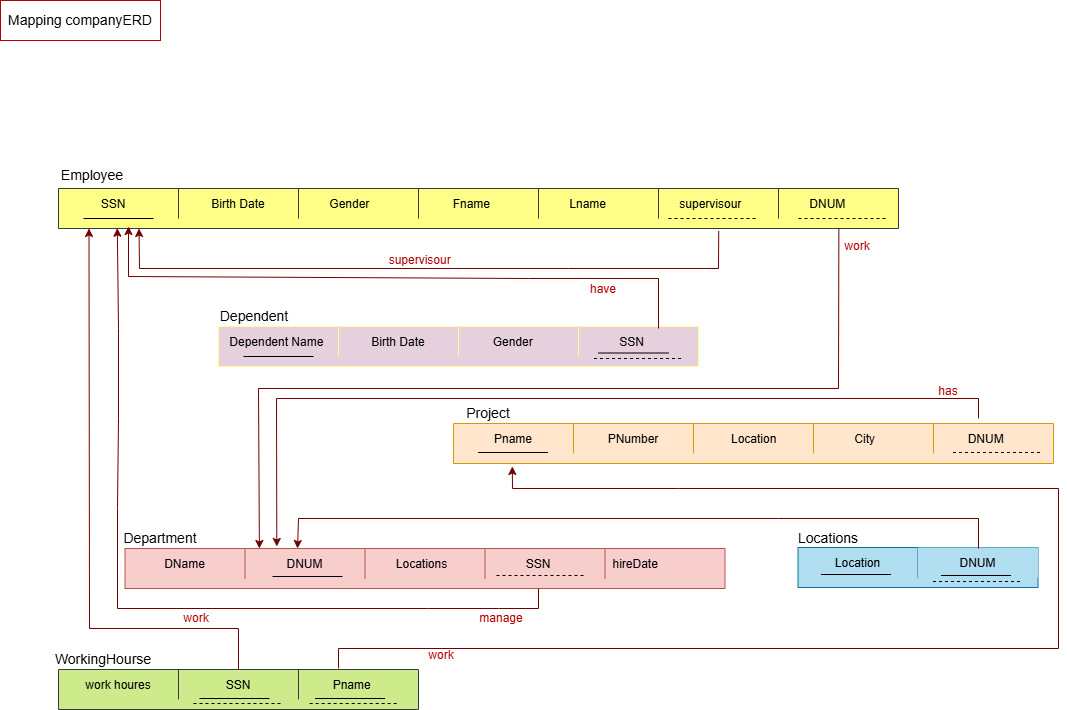
The draw.io diagram MappingcompanyERD.png in RimaAhmed1/oracleDatabase, before a commit. Source tidied: cells renumbered, new cells last; positions are measured from the earlier drawing's top-left corner, leaving out a move shared by most shapes.
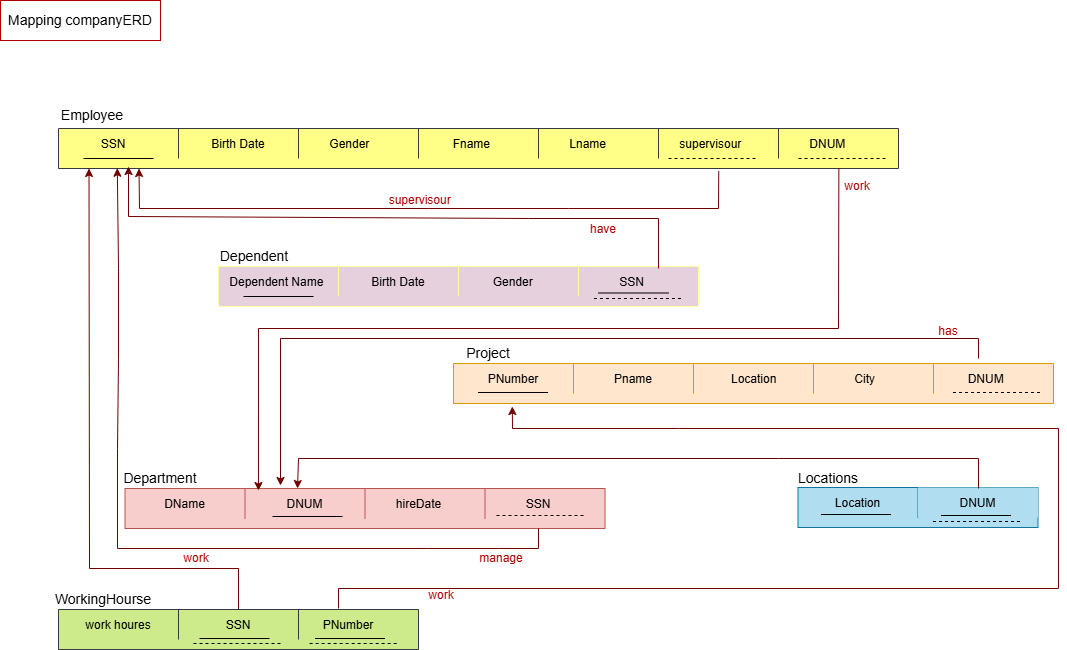
Later version of the same file.

Commit message:
mapping the company ERD

Change to the diagram source:
```diff
@@ -59,10 +59,10 @@
     <mxCell id="20" style="shape=tableRow;horizontal=0;startSize=0;swimlaneHead=0;swimlaneBody=0;fillColor=none;points=[[0,0.5],[1,0.5]];portConstraint=eastwest;top=0;left=0;right=0;bottom=0;" parent="19" vertex="1">
       <mxGeometry width="600" height="30" as="geometry" />
     </mxCell>
-    <mxCell id="21" value="Pname" style="shape=partialRectangle;fillColor=none;top=0;left=0;bottom=0;right=0;overflow=hidden;" parent="20" vertex="1">
+    <mxCell id="21" value="PNumber" style="shape=partialRectangle;fillColor=none;top=0;left=0;bottom=0;right=0;overflow=hidden;" parent="20" vertex="1">
       <mxGeometry width="120" height="30" as="geometry" />
     </mxCell>
-    <mxCell id="22" value="PNumber" style="shape=partialRectangle;fillColor=none;top=0;left=0;bottom=0;right=0;overflow=hidden;" parent="20" vertex="1">
+    <mxCell id="22" value="Pname" style="shape=partialRectangle;fillColor=none;top=0;left=0;bottom=0;right=0;overflow=hidden;" parent="20" vertex="1">
       <mxGeometry x="120" width="120" height="30" as="geometry" />
     </mxCell>
     <mxCell id="23" value="         Location" style="shape=partialRectangle;fillColor=none;top=0;left=0;bottom=0;right=0;align=left;spacingLeft=6;overflow=hidden;shadow=0;strokeColor=#33FF33;" parent="20" vertex="1">
@@ -78,10 +78,10 @@
       <mxGeometry x="438" y="398" width="100" height="30" as="geometry" />
     </mxCell>
     <mxCell id="27" style="shape=table;startSize=0;rowLines=0;fontStyle=0;align=center;strokeColor=#b85450;fillColor=#f8cecc;whiteSpace=wrap;html=1;shadow=0;" parent="1" vertex="1">
-      <mxGeometry x="124.5" y="548" width="600" height="40" as="geometry" />
+      <mxGeometry x="124.5" y="548" width="480" height="40" as="geometry" />
     </mxCell>
     <mxCell id="28" style="shape=tableRow;horizontal=0;startSize=0;swimlaneHead=0;swimlaneBody=0;fillColor=none;points=[[0,0.5],[1,0.5]];portConstraint=eastwest;top=0;left=0;right=0;bottom=0;" parent="27" vertex="1">
-      <mxGeometry width="600" height="30" as="geometry" />
+      <mxGeometry width="480" height="30" as="geometry" />
     </mxCell>
     <mxCell id="29" value="DName" style="shape=partialRectangle;fillColor=none;top=0;left=0;bottom=0;right=0;overflow=hidden;" parent="28" vertex="1">
       <mxGeometry width="120" height="30" as="geometry" />
@@ -89,15 +89,12 @@
     <mxCell id="30" value="DNUM" style="shape=partialRectangle;fillColor=none;top=0;left=0;bottom=0;right=0;overflow=hidden;" parent="28" vertex="1">
       <mxGeometry x="120" width="120" height="30" as="geometry" />
     </mxCell>
-    <mxCell id="31" value="       Locations" style="shape=partialRectangle;fillColor=none;top=0;left=0;bottom=0;right=0;align=left;spacingLeft=6;overflow=hidden;shadow=0;strokeColor=#33FF33;" parent="28" vertex="1">
+    <mxCell id="31" value="       hireDate" style="shape=partialRectangle;fillColor=none;top=0;left=0;bottom=0;right=0;align=left;spacingLeft=6;overflow=hidden;shadow=0;strokeColor=#33FF33;" parent="28" vertex="1">
       <mxGeometry x="240" width="120" height="30" as="geometry" />
     </mxCell>
     <mxCell id="32" value="          SSN" style="shape=partialRectangle;fillColor=none;top=0;left=0;bottom=0;right=0;align=left;spacingLeft=6;overflow=hidden;" parent="28" vertex="1">
       <mxGeometry x="360" width="120" height="30" as="geometry" />
     </mxCell>
-    <mxCell id="33" value="hireDate" style="shape=partialRectangle;fillColor=none;top=0;left=0;bottom=0;right=0;align=left;spacingLeft=6;overflow=hidden;" parent="28" vertex="1">
-      <mxGeometry x="480" width="120" height="30" as="geometry" />
-    </mxCell>
     <mxCell id="34" value="&lt;font style=&quot;font-size: 14px;&quot;&gt;Department&lt;/font&gt;" style="text;html=1;whiteSpace=wrap;strokeColor=none;fillColor=none;align=center;verticalAlign=middle;rounded=0;" parent="1" vertex="1">
       <mxGeometry x="109.5" y="523" width="100" height="30" as="geometry" />
     </mxCell>
@@ -113,7 +110,7 @@
     <mxCell id="38" value="SSN" style="shape=partialRectangle;fillColor=none;top=0;left=0;bottom=0;right=0;overflow=hidden;" parent="36" vertex="1">
       <mxGeometry x="120" width="120" height="30" as="geometry" />
     </mxCell>
-    <mxCell id="39" value="        Pname" style="shape=partialRectangle;fillColor=none;top=0;left=0;bottom=0;right=0;align=left;spacingLeft=6;overflow=hidden;shadow=0;strokeColor=#33FF33;" parent="36" vertex="1">
+    <mxCell id="39" value="     PNumber" style="shape=partialRectangle;fillColor=none;top=0;left=0;bottom=0;right=0;align=left;spacingLeft=6;overflow=hidden;shadow=0;strokeColor=#33FF33;" parent="36" vertex="1">
       <mxGeometry x="240" width="120" height="30" as="geometry" />
     </mxCell>
     <mxCell id="40" value="&lt;font style=&quot;font-size: 14px;&quot;&gt;WorkingHourse&lt;/font&gt;" style="text;html=1;whiteSpace=wrap;strokeColor=none;fillColor=none;align=center;verticalAlign=middle;rounded=0;" parent="1" vertex="1">
@@ -322,15 +319,16 @@
     <mxCell id="74" value="&lt;font style=&quot;color: rgb(176, 0, 0);&quot;&gt;work&lt;/font&gt;" style="text;html=1;whiteSpace=wrap;strokeColor=none;fillColor=none;align=center;verticalAlign=middle;rounded=0;" parent="1" vertex="1">
       <mxGeometry x="411" y="640" width="60" height="30" as="geometry" />
     </mxCell>
-    <mxCell id="75" style="endArrow=classic;html=1;rounded=0;entryX=0.253;entryY=-0.067;entryDx=0;entryDy=0;entryPerimeter=0;exitX=0.875;exitY=-0.167;exitDx=0;exitDy=0;exitPerimeter=0;fillColor=#a20025;strokeColor=#6F0000;" parent="1" edge="1" source="20" target="28">
+    <mxCell id="75" style="endArrow=classic;html=1;rounded=0;exitX=0.875;exitY=-0.167;exitDx=0;exitDy=0;exitPerimeter=0;fillColor=#a20025;strokeColor=#6F0000;" parent="1" edge="1" source="20">
       <mxGeometry relative="1" as="geometry">
+        <mxPoint x="280" y="545" as="targetPoint" />
         <Array as="points">
           <mxPoint x="978" y="398" />
-          <mxPoint x="276" y="398" />
+          <mxPoint x="280" y="398" />
         </Array>
       </mxGeometry>
     </mxCell>
-    <mxCell id="76" style="endArrow=classic;html=1;rounded=0;entryX=0.224;entryY=0;entryDx=0;entryDy=0;entryPerimeter=0;exitX=0.929;exitY=1;exitDx=0;exitDy=0;exitPerimeter=0;fillColor=#a20025;strokeColor=#6F0000;" parent="1" edge="1" source="2" target="28">
+    <mxCell id="76" style="endArrow=classic;html=1;rounded=0;exitX=0.929;exitY=1;exitDx=0;exitDy=0;exitPerimeter=0;fillColor=#a20025;strokeColor=#6F0000;entryX=0.278;entryY=0.067;entryDx=0;entryDy=0;entryPerimeter=0;" parent="1" edge="1" source="2" target="28">
       <mxGeometry relative="1" as="geometry">
         <Array as="points">
           <mxPoint x="838" y="388" />
@@ -345,7 +343,7 @@
       <mxGeometry x="918" y="376" width="60" height="30" as="geometry" />
     </mxCell>
     <mxCell id="79" value="&lt;font style=&quot;font-size: 14px;&quot;&gt;Mapping companyERD&lt;/font&gt;" style="text;html=1;whiteSpace=wrap;strokeColor=#B00000;fillColor=none;align=center;verticalAlign=middle;rounded=0;" parent="1" vertex="1">
-      <mxGeometry width="160" height="40" as="geometry" />
+      <mxGeometry y="60" width="160" height="40" as="geometry" />
     </mxCell>
   </root>
 </mxGraphModel>
```
